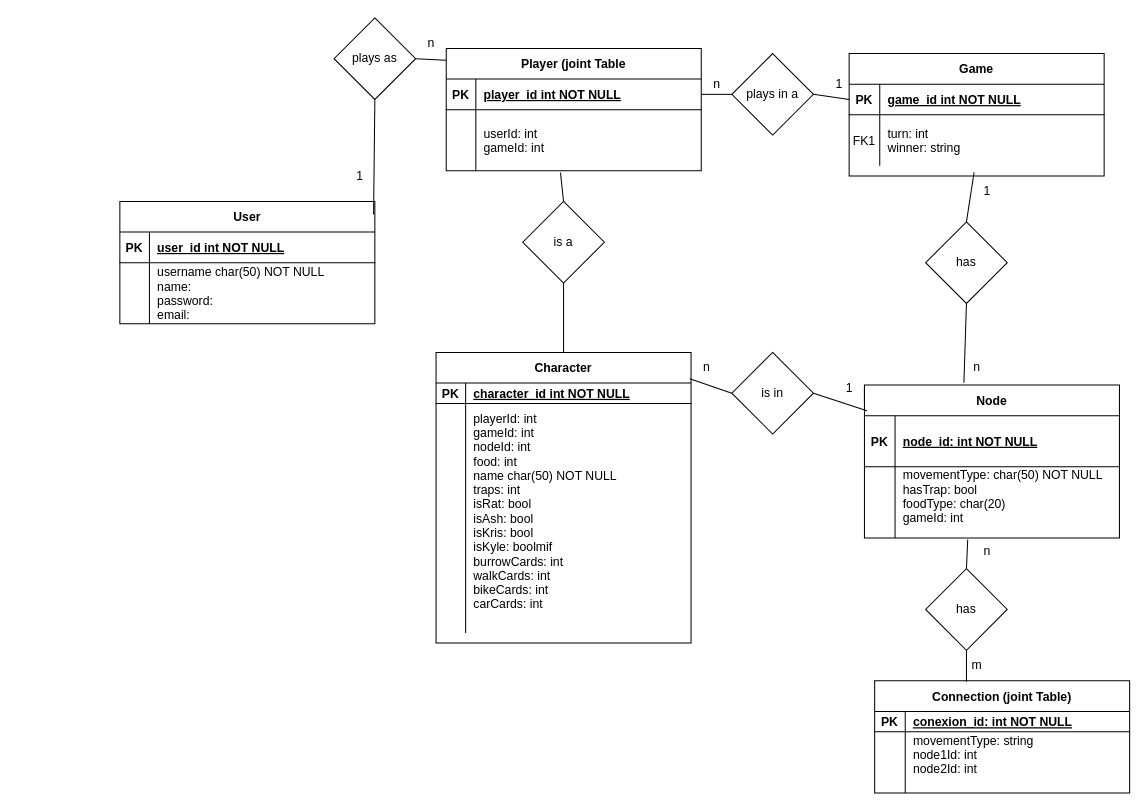
The draw.io diagram Untitled Diagram.drawio in sebaterrazas/ERdiagram, before the edit. Source tidied: cells renumbered, new cells numbered last; positions are measured from the earlier drawing's top-left corner, leaving out a move shared by most shapes. Both pictures are drawn from the tidied source at 102%, with x=0, y=0 at pixel (119, 17).
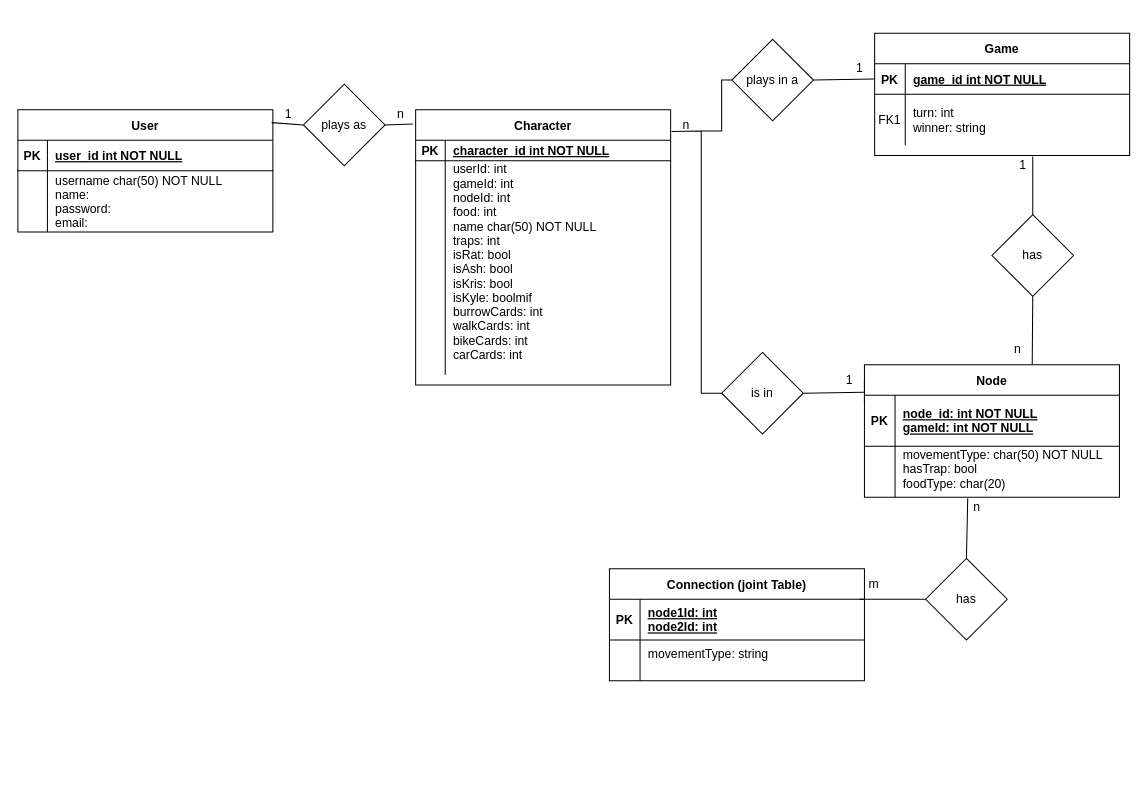
After the change.

The change refers to these unchanged cells:
```xml
<mxCell id="6" style="shape=partialRectangle;fillColor=none;points=[[0,0.5],[1,0.5]];portConstraint=eastwest;top=0;left=0;right=0;bottom=0;" parent="2" vertex="1">
  <mxGeometry y="60" width="250" height="50" as="geometry" />
</mxCell>
<mxCell id="10" style="shape=partialRectangle;fillColor=none;points=[[0,0.5],[1,0.5]];portConstraint=eastwest;top=0;left=0;right=0;bottom=1;" parent="9" vertex="1">
  <mxGeometry y="30" width="250" height="20" as="geometry" />
</mxCell>
<mxCell id="17" style="shape=partialRectangle;fillColor=none;points=[[0,0.5],[1,0.5]];portConstraint=eastwest;top=0;left=0;right=0;bottom=1;" parent="16" vertex="1">
  <mxGeometry y="30" width="250" height="50" as="geometry" />
</mxCell>
```

Change to the diagram source:
```diff
@@
     <mxCell id="2" value="Game" style="shape=table;startSize=30;childLayout=tableLayout;rowLines=0;fontStyle=1;align=center;" parent="1" vertex="1">
-      <mxGeometry x="715" y="35" width="250" height="120" as="geometry" />
+      <mxGeometry x="740" y="15" width="250" height="120" as="geometry" />
     </mxCell>
@@
     <mxCell id="9" value="Character" style="shape=table;startSize=30;childLayout=tableLayout;rowLines=0;fontStyle=1;align=center;" parent="1" vertex="1">
-      <mxGeometry x="310" y="328" width="250" height="285" as="geometry" />
+      <mxGeometry x="290" y="90" width="250" height="270" as="geometry" />
     </mxCell>
@@
     <mxCell id="13" style="shape=partialRectangle;fillColor=none;top=0;left=0;right=0;bottom=0;" parent="9" vertex="1">
-      <mxGeometry y="50" width="250" height="225" as="geometry" />
+      <mxGeometry y="50" width="250" height="210" as="geometry" />
     </mxCell>
     <mxCell id="14" style="shape=partialRectangle;overflow=hidden;fillColor=none;top=0;left=0;bottom=0;right=0;" parent="13" vertex="1">
-      <mxGeometry width="29" height="225" as="geometry" />
+      <mxGeometry width="29" height="210" as="geometry" />
     </mxCell>
-    <mxCell id="15" value="playerId: int&#10;gameId: int&#10;nodeId: int&#10;food: int&#10;name char(50) NOT NULL&#10;traps: int&#10;isRat: bool&#10;isAsh: bool&#10;isKris: bool&#10;isKyle: boolmif&#10;burrowCards: int&#10;walkCards: int&#10;bikeCards: int&#10;carCards: int&#10;" style="shape=partialRectangle;overflow=hidden;fillColor=none;top=0;left=0;bottom=0;right=0;align=left;spacingLeft=6;" parent="13" vertex="1">
-      <mxGeometry x="29" width="221" height="225" as="geometry" />
+    <mxCell id="15" value="userId: int&#10;gameId: int&#10;nodeId: int&#10;food: int&#10;name char(50) NOT NULL&#10;traps: int&#10;isRat: bool&#10;isAsh: bool&#10;isKris: bool&#10;isKyle: boolmif&#10;burrowCards: int&#10;walkCards: int&#10;bikeCards: int&#10;carCards: int&#10;" style="shape=partialRectangle;overflow=hidden;fillColor=none;top=0;left=0;bottom=0;right=0;align=left;spacingLeft=6;" parent="13" vertex="1">
+      <mxGeometry x="29" width="221" height="210" as="geometry" />
     </mxCell>
     <mxCell id="16" value="Node" style="shape=table;startSize=30;childLayout=tableLayout;rowLines=0;fontStyle=1;align=center;" parent="1" vertex="1">
-      <mxGeometry x="730" y="360" width="250" height="150" as="geometry" />
+      <mxGeometry x="730" y="340" width="250" height="130" as="geometry" />
     </mxCell>
@@
-    <mxCell id="19" value="node_id: int NOT NULL" style="shape=partialRectangle;overflow=hidden;fillColor=none;top=0;left=0;bottom=0;right=0;align=left;spacingLeft=6;fontStyle=5;" parent="17" vertex="1">
+    <mxCell id="19" value="node_id: int NOT NULL&#10;gameId: int NOT NULL" style="shape=partialRectangle;overflow=hidden;fillColor=none;top=0;left=0;bottom=0;right=0;align=left;spacingLeft=6;fontStyle=5;" parent="17" vertex="1">
       <mxGeometry x="30" width="220" height="50" as="geometry" />
     </mxCell>
     <mxCell id="20" style="shape=partialRectangle;fillColor=none;points=[[0,0.5],[1,0.5]];portConstraint=eastwest;top=0;left=0;right=0;bottom=0;" parent="16" vertex="1">
-      <mxGeometry y="80" width="250" height="70" as="geometry" />
+      <mxGeometry y="80" width="250" height="50" as="geometry" />
     </mxCell>
     <mxCell id="21" style="shape=partialRectangle;overflow=hidden;fillColor=none;top=0;left=0;bottom=0;right=0;" parent="20" vertex="1">
-      <mxGeometry width="30" height="70" as="geometry" />
+      <mxGeometry width="30" height="50" as="geometry" />
     </mxCell>
-    <mxCell id="22" value="movementType: char(50) NOT NULL&#10;hasTrap: bool&#10;foodType: char(20)&#10;gameId: int&#10;" style="shape=partialRectangle;overflow=hidden;fillColor=none;top=0;left=0;bottom=0;right=0;align=left;spacingLeft=6;" parent="20" vertex="1">
-      <mxGeometry x="30" width="220" height="70" as="geometry" />
+    <mxCell id="22" value="movementType: char(50) NOT NULL&#10;hasTrap: bool&#10;foodType: char(20)&#10;&#10;" style="shape=partialRectangle;overflow=hidden;fillColor=none;top=0;left=0;bottom=0;right=0;align=left;spacingLeft=6;" parent="20" vertex="1">
+      <mxGeometry x="30" width="220" height="50" as="geometry" />
     </mxCell>
     <mxCell id="23" value="User" style="shape=table;startSize=30;childLayout=tableLayout;rowLines=0;fontStyle=1;align=center;" parent="1" vertex="1">
-      <mxGeometry y="180" width="250" height="120" as="geometry" />
+      <mxGeometry x="-100" y="90" width="250" height="120" as="geometry" />
     </mxCell>
@@
-    <mxCell id="30" value="Player (joint Table" style="shape=table;startSize=30;childLayout=tableLayout;rowLines=0;fontStyle=1;align=center;" parent="1" vertex="1">
-      <mxGeometry x="320" y="30" width="250" height="120" as="geometry" />
-    </mxCell>
-    <mxCell id="31" style="shape=partialRectangle;fillColor=none;points=[[0,0.5],[1,0.5]];portConstraint=eastwest;top=0;left=0;right=0;bottom=1;" parent="30" vertex="1">
-      <mxGeometry y="30" width="250" height="30" as="geometry" />
-    </mxCell>
-    <mxCell id="32" value="PK" style="shape=partialRectangle;overflow=hidden;fillColor=none;top=0;left=0;bottom=0;right=0;fontStyle=1;" parent="31" vertex="1">
-      <mxGeometry width="29" height="30" as="geometry" />
-    </mxCell>
-    <mxCell id="33" value="player_id int NOT NULL " style="shape=partialRectangle;overflow=hidden;fillColor=none;top=0;left=0;bottom=0;right=0;align=left;spacingLeft=6;fontStyle=5;" parent="31" vertex="1">
-      <mxGeometry x="29" width="221" height="30" as="geometry" />
-    </mxCell>
-    <mxCell id="34" style="shape=partialRectangle;fillColor=none;points=[[0,0.5],[1,0.5]];portConstraint=eastwest;top=0;left=0;right=0;bottom=0;" parent="30" vertex="1">
-      <mxGeometry y="60" width="250" height="60" as="geometry" />
-    </mxCell>
-    <mxCell id="35" style="shape=partialRectangle;overflow=hidden;fillColor=none;top=0;left=0;bottom=0;right=0;" parent="34" vertex="1">
-      <mxGeometry width="29" height="60" as="geometry" />
-    </mxCell>
-    <mxCell id="36" value="userId: int&#10;gameId: int" style="shape=partialRectangle;overflow=hidden;fillColor=none;top=0;left=0;bottom=0;right=0;align=left;spacingLeft=6;" parent="34" vertex="1">
-      <mxGeometry x="29" width="221" height="60" as="geometry" />
-    </mxCell>
     <mxCell id="37" value="Connection (joint Table)" style="shape=table;startSize=30;childLayout=tableLayout;rowLines=0;fontStyle=1;align=center;" parent="1" vertex="1">
-      <mxGeometry x="740" y="650" width="250" height="110" as="geometry" />
+      <mxGeometry x="480" y="540" width="250" height="110" as="geometry" />
     </mxCell>
     <mxCell id="38" style="shape=partialRectangle;fillColor=none;top=0;left=0;right=0;bottom=1;" parent="37" vertex="1">
-      <mxGeometry y="30" width="250" height="20" as="geometry" />
+      <mxGeometry y="30" width="250" height="40" as="geometry" />
     </mxCell>
     <mxCell id="39" value="PK" style="shape=partialRectangle;overflow=hidden;fillColor=none;top=0;left=0;bottom=0;right=0;fontStyle=1;" parent="38" vertex="1">
-      <mxGeometry width="30" height="20" as="geometry" />
+      <mxGeometry width="30" height="40" as="geometry" />
     </mxCell>
-    <mxCell id="40" value="conexion_id: int NOT NULL" style="shape=partialRectangle;overflow=hidden;fillColor=none;top=0;left=0;bottom=0;right=0;align=left;spacingLeft=6;fontStyle=5;" parent="38" vertex="1">
-      <mxGeometry x="30" width="220" height="20" as="geometry" />
+    <mxCell id="40" value="node1Id: int&#10;node2Id: int" style="shape=partialRectangle;overflow=hidden;fillColor=none;top=0;left=0;bottom=0;right=0;align=left;spacingLeft=6;fontStyle=5;" parent="38" vertex="1">
+      <mxGeometry x="30" width="220" height="40" as="geometry" />
     </mxCell>
     <mxCell id="41" style="shape=partialRectangle;fillColor=none;top=0;left=0;right=0;bottom=0;" parent="37" vertex="1">
-      <mxGeometry y="50" width="250" height="60" as="geometry" />
+      <mxGeometry y="70" width="250" height="40" as="geometry" />
     </mxCell>
     <mxCell id="42" style="shape=partialRectangle;overflow=hidden;fillColor=none;top=0;left=0;bottom=0;right=0;" parent="41" vertex="1">
-      <mxGeometry width="30" height="60" as="geometry" />
+      <mxGeometry width="30" height="40" as="geometry" />
     </mxCell>
-    <mxCell id="43" value="movementType: string&#10;node1Id: int&#10;node2Id: int&#10;&#10;" style="shape=partialRectangle;overflow=hidden;fillColor=none;top=0;left=0;bottom=0;right=0;align=left;spacingLeft=6;" parent="41" vertex="1">
-      <mxGeometry x="30" width="220" height="60" as="geometry" />
+    <mxCell id="43" value="movementType: string&#10;" style="shape=partialRectangle;overflow=hidden;fillColor=none;top=0;left=0;bottom=0;right=0;align=left;spacingLeft=6;" parent="41" vertex="1">
+      <mxGeometry x="30" width="220" height="40" as="geometry" />
     </mxCell>
-    <mxCell id="44" value="is a" style="rhombus;whiteSpace=wrap;html=1;" parent="1" vertex="1">
-      <mxGeometry x="395" y="180" width="80" height="80" as="geometry" />
-    </mxCell>
-    <mxCell id="45" style="endArrow=none;html=1;rounded=0;entryX=0.448;entryY=1.029;entryDx=0;entryDy=0;entryPerimeter=0;exitX=0.5;exitY=0;exitDx=0;exitDy=0;" parent="1" edge="1" source="44" target="34">
-      <mxGeometry relative="1" as="geometry" />
-    </mxCell>
-    <mxCell id="46" style="endArrow=none;html=1;rounded=0;exitX=0.5;exitY=0;exitDx=0;exitDy=0;entryX=0.5;entryY=1;entryDx=0;entryDy=0;" parent="1" edge="1" source="9" target="44">
-      <mxGeometry relative="1" as="geometry" />
-    </mxCell>
     <mxCell id="47" value="has" style="rhombus;whiteSpace=wrap;html=1;" parent="1" vertex="1">
-      <mxGeometry x="790" y="200" width="80" height="80" as="geometry" />
+      <mxGeometry x="855" y="193" width="80" height="80" as="geometry" />
     </mxCell>
-    <mxCell id="48" style="endArrow=none;html=1;rounded=0;exitX=0.5;exitY=0;exitDx=0;exitDy=0;entryX=0.49;entryY=1.128;entryDx=0;entryDy=0;entryPerimeter=0;" parent="1" edge="1" source="47" target="6">
-      <mxGeometry relative="1" as="geometry" />
+    <mxCell id="48" style="endArrow=none;html=1;rounded=0;exitX=0.5;exitY=0;exitDx=0;exitDy=0;" parent="1" edge="1">
+      <mxGeometry relative="1" as="geometry">
+        <mxPoint x="895" y="193" as="sourcePoint" />
+        <mxPoint x="895" y="136" as="targetPoint" />
+      </mxGeometry>
     </mxCell>
-    <mxCell id="49" style="endArrow=none;html=1;rounded=0;entryX=0.5;entryY=1;entryDx=0;entryDy=0;exitX=0.39;exitY=-0.015;exitDx=0;exitDy=0;exitPerimeter=0;" parent="1" edge="1" source="16" target="47">
+    <mxCell id="49" style="endArrow=none;html=1;rounded=0;entryX=0.5;entryY=1;entryDx=0;entryDy=0;exitX=0.983;exitY=0.987;exitDx=0;exitDy=0;exitPerimeter=0;" parent="1" edge="1" source="64" target="47">
       <mxGeometry relative="1" as="geometry" />
     </mxCell>
     <mxCell id="50" value="plays in a" style="rhombus;whiteSpace=wrap;html=1;" parent="1" vertex="1">
-      <mxGeometry x="600" y="35" width="80" height="80" as="geometry" />
+      <mxGeometry x="600" y="21" width="80" height="80" as="geometry" />
     </mxCell>
@@
-    <mxCell id="52" style="endArrow=none;html=1;rounded=0;exitX=1;exitY=0.5;exitDx=0;exitDy=0;entryX=0;entryY=0.5;entryDx=0;entryDy=0;" parent="1" edge="1" source="31" target="50">
-      <mxGeometry relative="1" as="geometry" />
+    <mxCell id="52" style="endArrow=none;html=1;rounded=0;entryX=0;entryY=0.5;entryDx=0;entryDy=0;" parent="1" edge="1">
+      <mxGeometry relative="1" as="geometry">
+        <mxPoint x="570" y="111" as="sourcePoint" />
+        <mxPoint x="600" y="61" as="targetPoint" />
+        <Array as="points">
+          <mxPoint x="590" y="111" />
+          <mxPoint x="590" y="61" />
+        </Array>
+      </mxGeometry>
     </mxCell>
     <mxCell id="53" value="has" style="rhombus;whiteSpace=wrap;html=1;" parent="1" vertex="1">
-      <mxGeometry x="790" y="540" width="80" height="80" as="geometry" />
+      <mxGeometry x="790" y="530" width="80" height="80" as="geometry" />
     </mxCell>
@@
-    <mxCell id="55" style="endArrow=none;html=1;rounded=0;entryX=0.5;entryY=1;entryDx=0;entryDy=0;exitX=0.36;exitY=0.009;exitDx=0;exitDy=0;exitPerimeter=0;" parent="1" edge="1" source="37" target="53">
+    <mxCell id="55" style="endArrow=none;html=1;rounded=0;entryX=0;entryY=0.5;entryDx=0;entryDy=0;exitX=0.033;exitY=1.002;exitDx=0;exitDy=0;exitPerimeter=0;" parent="1" edge="1" source="72" target="53">
       <mxGeometry relative="1" as="geometry" />
     </mxCell>
-    <mxCell id="56" value="n" style="text;html=1;align=center;verticalAlign=middle;strokeColor=none;fillColor=none;" parent="1" vertex="1">
-      <mxGeometry x="570" y="50" width="30" height="30" as="geometry" />
-    </mxCell>
     <mxCell id="57" value="1" style="text;html=1;align=center;verticalAlign=middle;strokeColor=none;fillColor=none;" parent="1" vertex="1">
-      <mxGeometry x="690" y="50" width="30" height="30" as="geometry" />
+      <mxGeometry x="710" y="35" width="30" height="30" as="geometry" />
     </mxCell>
     <mxCell id="58" value="is in" style="rhombus;whiteSpace=wrap;html=1;" parent="1" vertex="1">
-      <mxGeometry x="600" y="328" width="80" height="80" as="geometry" />
+      <mxGeometry x="590" y="328" width="80" height="80" as="geometry" />
     </mxCell>
@@
-    <mxCell id="60" style="endArrow=none;html=1;rounded=0;exitX=0.995;exitY=-0.213;exitDx=0;exitDy=0;entryX=0;entryY=0.5;entryDx=0;entryDy=0;exitPerimeter=0;" parent="1" edge="1" source="10" target="58">
-      <mxGeometry relative="1" as="geometry" />
-    </mxCell>
     <mxCell id="61" value="n" style="text;html=1;align=center;verticalAlign=middle;strokeColor=none;fillColor=none;" parent="1" vertex="1">
-      <mxGeometry x="560" y="328" width="30" height="30" as="geometry" />
+      <mxGeometry x="540" y="90" width="30" height="30" as="geometry" />
     </mxCell>
     <mxCell id="62" value="n" style="text;html=1;align=center;verticalAlign=middle;strokeColor=none;fillColor=none;" parent="1" vertex="1">
-      <mxGeometry x="835" y="508" width="30" height="30" as="geometry" />
+      <mxGeometry x="825" y="465" width="30" height="30" as="geometry" />
     </mxCell>
     <mxCell id="63" value="1" style="text;html=1;align=center;verticalAlign=middle;strokeColor=none;fillColor=none;" parent="1" vertex="1">
-      <mxGeometry x="835" y="155" width="30" height="30" as="geometry" />
+      <mxGeometry x="870" y="130" width="30" height="30" as="geometry" />
     </mxCell>
     <mxCell id="64" value="n" style="text;html=1;align=center;verticalAlign=middle;points=[];strokeColor=none;fillColor=none;" parent="1" vertex="1">
-      <mxGeometry x="825" y="328" width="30" height="30" as="geometry" />
+      <mxGeometry x="865" y="310" width="30" height="30" as="geometry" />
     </mxCell>
-    <mxCell id="65" style="endArrow=none;html=1;rounded=0;exitX=1;exitY=0.5;exitDx=0;exitDy=0;entryX=0.01;entryY=-0.095;entryDx=0;entryDy=0;entryPerimeter=0;" parent="1" edge="1" source="58" target="17">
+    <mxCell id="65" style="endArrow=none;html=1;rounded=0;exitX=1;exitY=0.5;exitDx=0;exitDy=0;entryX=0.983;entryY=0.904;entryDx=0;entryDy=0;entryPerimeter=0;" parent="1" edge="1" source="58" target="66">
       <mxGeometry relative="1" as="geometry" />
     </mxCell>
     <mxCell id="66" value="1" style="text;html=1;align=center;verticalAlign=middle;points=[];strokeColor=none;fillColor=none;" parent="1" vertex="1">
-      <mxGeometry x="700" y="348" width="30" height="30" as="geometry" />
+      <mxGeometry x="700" y="340" width="30" height="30" as="geometry" />
     </mxCell>
     <mxCell id="67" value="plays as" style="rhombus;whiteSpace=wrap;html=1;" parent="1" vertex="1">
-      <mxGeometry x="210" width="80" height="80" as="geometry" />
+      <mxGeometry x="180" y="65" width="80" height="80" as="geometry" />
     </mxCell>
-    <mxCell id="68" style="endArrow=none;html=1;rounded=0;exitX=0.995;exitY=0.106;exitDx=0;exitDy=0;entryX=0.5;entryY=1;entryDx=0;entryDy=0;exitPerimeter=0;" parent="1" edge="1" source="23" target="67">
+    <mxCell id="68" style="endArrow=none;html=1;rounded=0;exitX=0.995;exitY=0.106;exitDx=0;exitDy=0;entryX=0;entryY=0.5;entryDx=0;entryDy=0;exitPerimeter=0;" parent="1" edge="1" source="23" target="67">
       <mxGeometry relative="1" as="geometry" />
     </mxCell>
     <mxCell id="69" value="n" style="text;html=1;align=center;verticalAlign=middle;strokeColor=none;fillColor=none;" parent="1" vertex="1">
-      <mxGeometry x="290" y="10" width="30" height="30" as="geometry" />
+      <mxGeometry x="260" y="80" width="30" height="30" as="geometry" />
     </mxCell>
-    <mxCell id="70" style="endArrow=none;html=1;rounded=0;exitX=1;exitY=0.5;exitDx=0;exitDy=0;entryX=0;entryY=0.096;entryDx=0;entryDy=0;entryPerimeter=0;" parent="1" edge="1" source="67" target="30">
+    <mxCell id="70" style="endArrow=none;html=1;rounded=0;exitX=1;exitY=0.5;exitDx=0;exitDy=0;entryX=-0.011;entryY=0.052;entryDx=0;entryDy=0;entryPerimeter=0;" parent="1" edge="1" source="67" target="9">
       <mxGeometry relative="1" as="geometry" />
     </mxCell>
     <mxCell id="71" value="1" style="text;html=1;align=center;verticalAlign=middle;strokeColor=none;fillColor=none;" parent="1" vertex="1">
-      <mxGeometry x="220" y="140" width="30" height="30" as="geometry" />
+      <mxGeometry x="150" y="80" width="30" height="30" as="geometry" />
     </mxCell>
     <mxCell id="72" value="m" style="text;html=1;align=center;verticalAlign=middle;points=[];strokeColor=none;fillColor=none;" parent="1" vertex="1">
-      <mxGeometry x="825" y="620" width="30" height="30" as="geometry" />
+      <mxGeometry x="724" y="540" width="30" height="30" as="geometry" />
     </mxCell>
+    <mxCell id="73" style="endArrow=none;html=1;rounded=0;entryX=1.004;entryY=0.079;entryDx=0;entryDy=0;exitX=0;exitY=0.5;exitDx=0;exitDy=0;entryPerimeter=0;" parent="1" edge="1" source="58" target="9">
+      <mxGeometry relative="1" as="geometry">
+        <Array as="points">
+          <mxPoint x="570" y="368" />
+          <mxPoint x="570" y="111" />
+        </Array>
+      </mxGeometry>
+    </mxCell>
```
